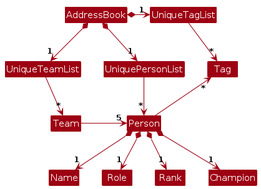
Above: diagrams/BetterModelClassDiagram.png in AY2526S1-CS2103T-F08b-1/tp (PlantUML), before the change. Its source is kept beside it as diagrams/BetterModelClassDiagram.puml. Its diagram source:
```plantuml
@startuml
!include style.puml
skinparam arrowThickness 1.1
skinparam arrowColor MODEL_COLOR
skinparam classBackgroundColor MODEL_COLOR

AddressBook *-right-> "1" UniquePersonList
AddressBook *-right-> "1" UniqueTagList
AddressBook *-down-> "1" UniqueTeamList
UniqueTagList -[hidden]down- UniquePersonList

UniqueTagList -right-> "*" Tag
UniquePersonList -right-> "*" Person
UniqueTeamList -down-> "*" Team

Person -up-> "*" Tag

Person *--> "1" Name
Person *--> "1" Role
Person *--> "1" Rank
Person *--> "1" Champion

Team -> "5" Person
@enduml
```
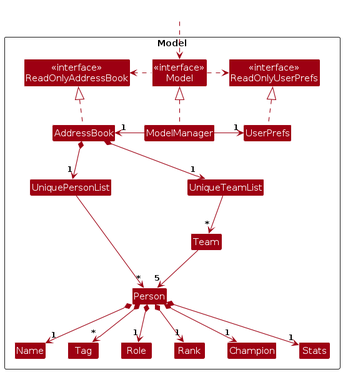
Later version of the same file.

The edit, as a diff of the source:
```diff
@@ -4,21 +4,57 @@
 skinparam arrowColor MODEL_COLOR
 skinparam classBackgroundColor MODEL_COLOR
 
-AddressBook *-right-> "1" UniquePersonList
-AddressBook *-right-> "1" UniqueTagList
-AddressBook *-down-> "1" UniqueTeamList
-UniqueTagList -[hidden]down- UniquePersonList
+Package Model as ModelPackage <<Rectangle>>{
+Class "<<interface>>\nReadOnlyAddressBook" as ReadOnlyAddressBook
+Class "<<interface>>\nReadOnlyUserPrefs" as ReadOnlyUserPrefs
+Class "<<interface>>\nModel" as Model
+Class AddressBook
+Class ModelManager
+Class UserPrefs
 
-UniqueTagList -right-> "*" Tag
-UniquePersonList -right-> "*" Person
+Class UniquePersonList
+Class Person
+Class Name
+Class Tag
+Class Role
+Class Rank
+Class Champion
+Class Stats
+Class UniqueTeamList
+Class Team
+Class I #FFFFFF
+}
+
+Class HiddenOutside #FFFFFF
+HiddenOutside ..> Model
+
+AddressBook .up.|> ReadOnlyAddressBook
+
+ModelManager .up.|> Model
+Model .right.> ReadOnlyUserPrefs
+Model .left.> ReadOnlyAddressBook
+ModelManager -left-> "1" AddressBook
+ModelManager -right-> "1" UserPrefs
+UserPrefs .up.|> ReadOnlyUserPrefs
+
+AddressBook *--> "1" UniquePersonList
+
+
+Person -[hidden]up--> I
+UniquePersonList -[hidden]right-> I
+
+AddressBook *--> "1" UniqueTeamList
+
+UniquePersonList --> "*" Person
 UniqueTeamList -down-> "*" Team
 
-Person -up-> "*" Tag
+Person *--> "*" Tag
 
 Person *--> "1" Name
 Person *--> "1" Role
 Person *--> "1" Rank
 Person *--> "1" Champion
+Person *--> "1" Stats
 
-Team -> "5" Person
+Team --right> "5" Person
 @enduml
```
